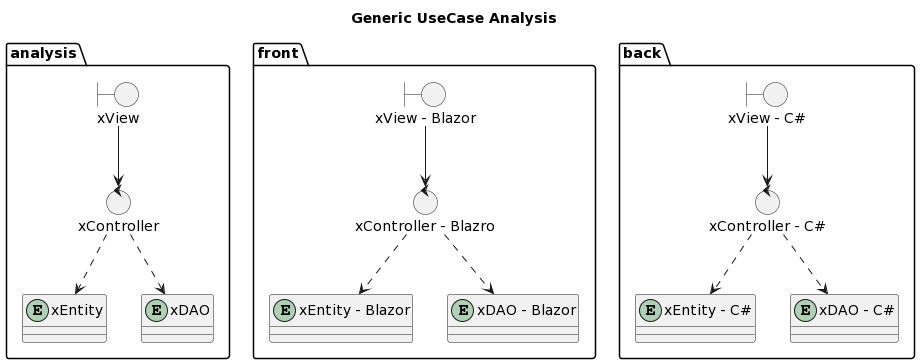
Above: out/DesignView/UseCaseDesign/UseCaseDesign.png in wsmcbl/wsmcbl.doc (PlantUML), before the change.
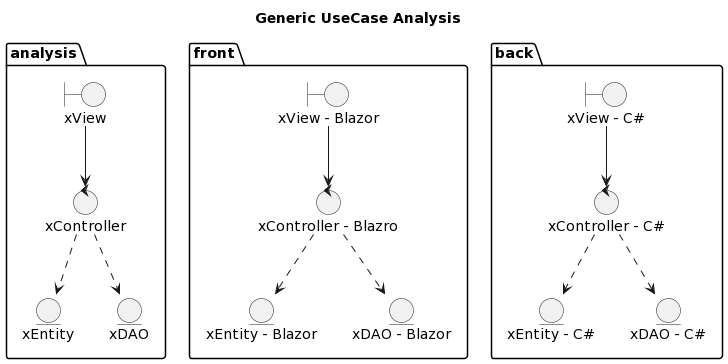
Later version of the same file.

What changed in the source:
```diff
@@ -1,8 +1,7 @@
 @startuml
-allow_mixing
 title Generic UseCase Analysis
 
-namespace analysis {
+package analysis {
     boundary xView
     control xController
     entity xEntity
@@ -13,26 +12,26 @@
     xController ..> xDAO
 }
 
-namespace front{
+package front{
     boundary "xView - Blazor" as xViewF
     boundary "xView - Blazor" as xViewF
     control "xController - Blazro" as xControllerF
-    entity "xEntity - Blazor" as xEntity
-    entity "xDAO - Blazor" as xDAO
+    entity "xEntity - Blazor" as xEntity1
+    entity "xDAO - Blazor" as xDAO1
 
     xViewF --> xControllerF
-    xControllerF ..> xEntity
-    xControllerF ..> xDAO
+    xControllerF ..> xEntity1
+    xControllerF ..> xDAO1
 }
 
-namespace back{
+package back{
     boundary "xView - C#" as xViewB
     control "xController - C#" as xControllerB
-    entity "xEntity - C#" as xEntity
-    entity "xDAO - C#" as xDAO
+    entity "xEntity - C#" as xEntity2
+    entity "xDAO - C#" as xDAO2
 
     xViewB --> xControllerB
-    xControllerB ..> xEntity
-    xControllerB ..> xDAO
+    xControllerB ..> xEntity2
+    xControllerB ..> xDAO2
 }
 @enduml
```
